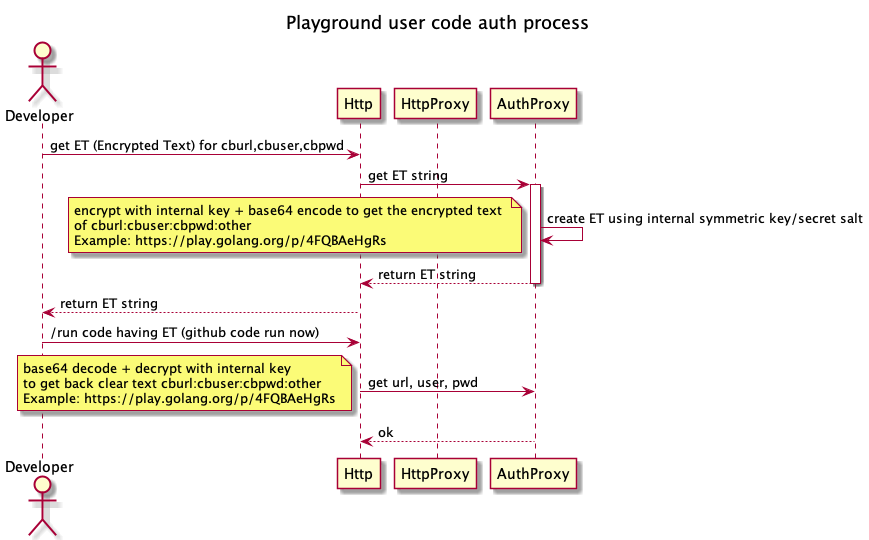
Above: design/Playground_cbauth.png in msecrist-couchbase/smallcb-training-capella (PlantUML), before the change.
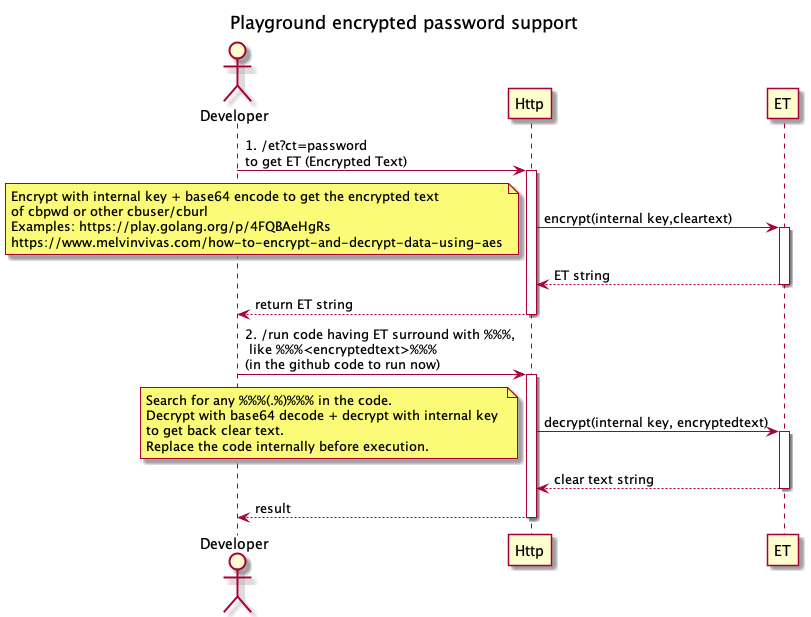
The same file after the commit.

Diff of the diagram source:
```diff
@@ -1,31 +1,32 @@
 @startuml Playground_cbauth
-title <font style="underscore">Playground user code auth process
+title <font style="underscore">Playground encrypted password support
 skinparam Style strict
 actor Developer
 participant Http
-participant HttpProxy
-participant AuthProxy
+participant ET
 
-Developer -> Http : get ET (Encrypted Text) for cburl,cbuser,cbpwd
-Http -> AuthProxy ++ : get ET string
-AuthProxy -> AuthProxy : create ET using internal symmetric key/secret salt
+Developer -> Http ++ : 1. /et?ct=password \nto get ET (Encrypted Text)
+Http -> ET ++ : encrypt(internal key,cleartext)
 note left
- encrypt with internal key + base64 encode to get the encrypted text
- of cburl:cbuser:cbpwd:other
- Example: https://play.golang.org/p/4FQBAeHgRs
+ Encrypt with internal key + base64 encode to get the encrypted text
+ of cbpwd or other cbuser/cburl
+ Examples: https://play.golang.org/p/4FQBAeHgRs
+ https://www.melvinvivas.com/how-to-encrypt-and-decrypt-data-using-aes
 end note
-Http <-- AuthProxy : return ET string
-AuthProxy --
-Developer <-- Http : return ET string
+return ET string
+Developer <-- Http  --: return ET string
 
-Developer -> Http : /run code having ET (github code run now)
-Http -> AuthProxy : get url, user, pwd
+
+Developer -> Http ++ : 2. /run code having ET surround with %%%,\n like %%%<encryptedtext>%%% \n(in the github code to run now)
+Http -> ET ++: decrypt(internal key, encryptedtext)
 note left
-    base64 decode + decrypt with internal key
-    to get back clear text cburl:cbuser:cbpwd:other
-    Example: https://play.golang.org/p/4FQBAeHgRs
+    Search for any %%%(.%)%%% in the code.
+    Decrypt with base64 decode + decrypt with internal key
+    to get back clear text.
+    Replace the code internally before execution.
 end note
-return ok
+return clear text string
+return result
 
 
 @enduml
```
